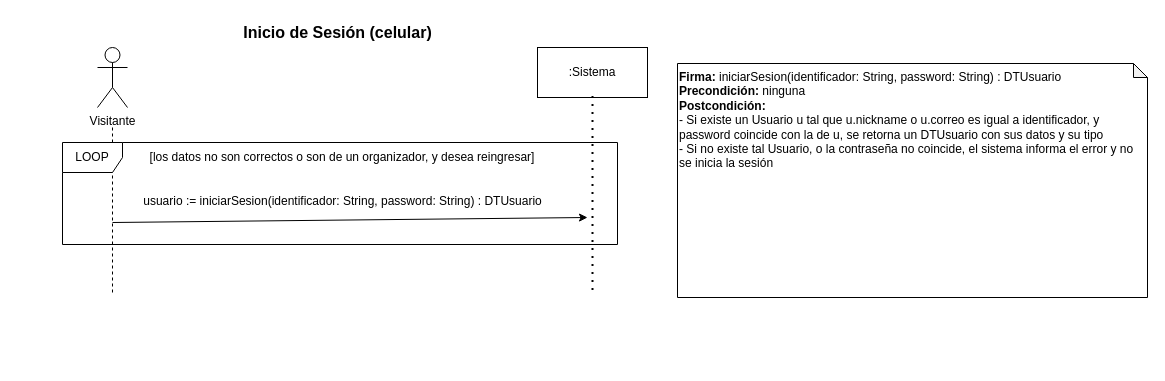
The draw.io diagram page "InicioDeSesionCelular" (3 of 3) of docs/Laboratorio3-Rol3.drawio.xml in palomacabrera-igl/eventos-uy, before the edit. Source tidied: cells renumbered, new cells numbered last; positions are measured from the earlier drawing's top-left corner, leaving out a move shared by most shapes. Both pictures are drawn from the tidied source at 100%, with x=0, y=0 at pixel (17, 17).
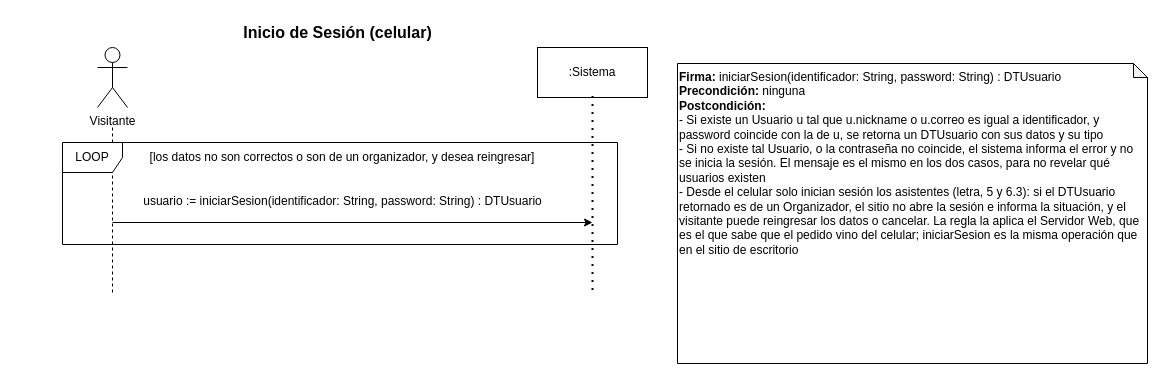
The same diagram, later.

What changed in the source:
```diff
@@
 <mxGraphModel>
   <root>
     <mxCell id="0" />
     <mxCell id="1" parent="0" />
     <mxCell id="2" value="Inicio de Sesión (celular)" style="text;html=1;align=center;verticalAlign=middle;fontSize=16;fontStyle=1;" parent="1" vertex="1">
       <mxGeometry width="640" height="30" as="geometry" />
     </mxCell>
     <mxCell id="3" value="Visitante" style="shape=umlActor;verticalLabelPosition=bottom;verticalAlign=top;html=1;" parent="1" vertex="1">
       <mxGeometry x="80" y="30" width="30" height="60" as="geometry" />
     </mxCell>
     <mxCell id="4" style="endArrow=none;dashed=1;html=1;rounded=0;" parent="1" edge="1">
       <mxGeometry relative="1" as="geometry">
         <mxPoint x="95" y="110" as="sourcePoint" />
         <mxPoint x="95" y="275" as="targetPoint" />
       </mxGeometry>
     </mxCell>
     <mxCell id="5" value=":Sistema" style="html=1;whiteSpace=wrap;" parent="1" vertex="1">
       <mxGeometry x="520" y="30" width="110" height="50" as="geometry" />
     </mxCell>
     <mxCell id="6" style="endArrow=none;dashed=1;dashPattern=1 3;strokeWidth=2;rounded=0;" parent="1" edge="1">
       <mxGeometry relative="1" as="geometry">
         <mxPoint x="575" y="78.5" as="sourcePoint" />
         <mxPoint x="575" y="273.5" as="targetPoint" />
       </mxGeometry>
     </mxCell>
     <mxCell id="7" value="LOOP" style="shape=umlFrame;whiteSpace=wrap;html=1;" parent="1" vertex="1">
       <mxGeometry x="45" y="125" width="555" height="102" as="geometry" />
     </mxCell>
     <mxCell id="8" value="[los datos no son correctos o son de un organizador, y desea reingresar]" style="text;html=1;whiteSpace=wrap;strokeColor=none;fillColor=none;align=center;verticalAlign=middle;rounded=0;" parent="1" vertex="1">
       <mxGeometry x="120" y="125" width="410" height="30" as="geometry" />
     </mxCell>
     <mxCell id="9" style="endArrow=classic;html=1;rounded=0;" parent="1" edge="1">
       <mxGeometry relative="1" as="geometry">
         <mxPoint x="95" y="205" as="sourcePoint" />
-        <mxPoint x="570" y="200" as="targetPoint" />
+        <mxPoint x="575" y="205" as="targetPoint" />
       </mxGeometry>
     </mxCell>
     <mxCell id="10" value="usuario := iniciarSesion(identificador: String, password: String) : DTUsuario" style="text;html=1;whiteSpace=wrap;strokeColor=none;fillColor=none;align=center;verticalAlign=middle;rounded=0;" parent="1" vertex="1">
       <mxGeometry x="17.5" y="163" width="615" height="42" as="geometry" />
     </mxCell>
-    <mxCell id="11" value="&lt;b&gt;Firma:&lt;/b&gt; iniciarSesion(identificador: String, password: String) : DTUsuario&lt;br&gt;&lt;b&gt;Precondición:&lt;/b&gt; ninguna&lt;br&gt;&lt;b&gt;Postcondición:&lt;/b&gt;&amp;nbsp;&lt;br&gt;- Si existe un Usuario u tal que u.nickname o u.correo es igual a identificador, y password coincide con la de u, se retorna un DTUsuario con sus datos y su tipo&lt;br&gt;- Si no existe tal Usuario, o la contraseña no coincide, el sistema informa el error y no se inicia la sesión&lt;div&gt;&lt;br&gt;&lt;/div&gt;" style="shape=note;whiteSpace=wrap;html=1;backgroundOutline=1;darkOpacity=0.05;align=left;rounded=0;verticalAlign=top;size=14;" parent="1" vertex="1">
-      <mxGeometry x="660" y="46" width="470" height="234" as="geometry" />
+    <mxCell id="11" value="&lt;b&gt;Firma:&lt;/b&gt; iniciarSesion(identificador: String, password: String) : DTUsuario&lt;br&gt;&lt;b&gt;Precondición:&lt;/b&gt; ninguna&lt;br&gt;&lt;b&gt;Postcondición:&lt;/b&gt;&amp;nbsp;&lt;br&gt;- Si existe un Usuario u tal que u.nickname o u.correo es igual a identificador, y password coincide con la de u, se retorna un DTUsuario con sus datos y su tipo&lt;br&gt;- Si no existe tal Usuario, o la contraseña no coincide, el sistema informa el error y no se inicia la sesión. El mensaje es el mismo en los dos casos, para no revelar qué usuarios existen&lt;br&gt;- Desde el celular solo inician sesión los asistentes (letra, 5 y 6.3): si el DTUsuario retornado es de un Organizador, el sitio no abre la sesión e informa la situación, y el visitante puede reingresar los datos o cancelar. La regla la aplica el Servidor Web, que es el que sabe que el pedido vino del celular; iniciarSesion es la misma operación que en el sitio de escritorio&lt;div&gt;&lt;br&gt;&lt;/div&gt;" style="shape=note;whiteSpace=wrap;html=1;backgroundOutline=1;darkOpacity=0.05;align=left;rounded=0;verticalAlign=top;size=14;" parent="1" vertex="1">
+      <mxGeometry x="660" y="46" width="470" height="300" as="geometry" />
     </mxCell>
   </root>
 </mxGraphModel>
```
